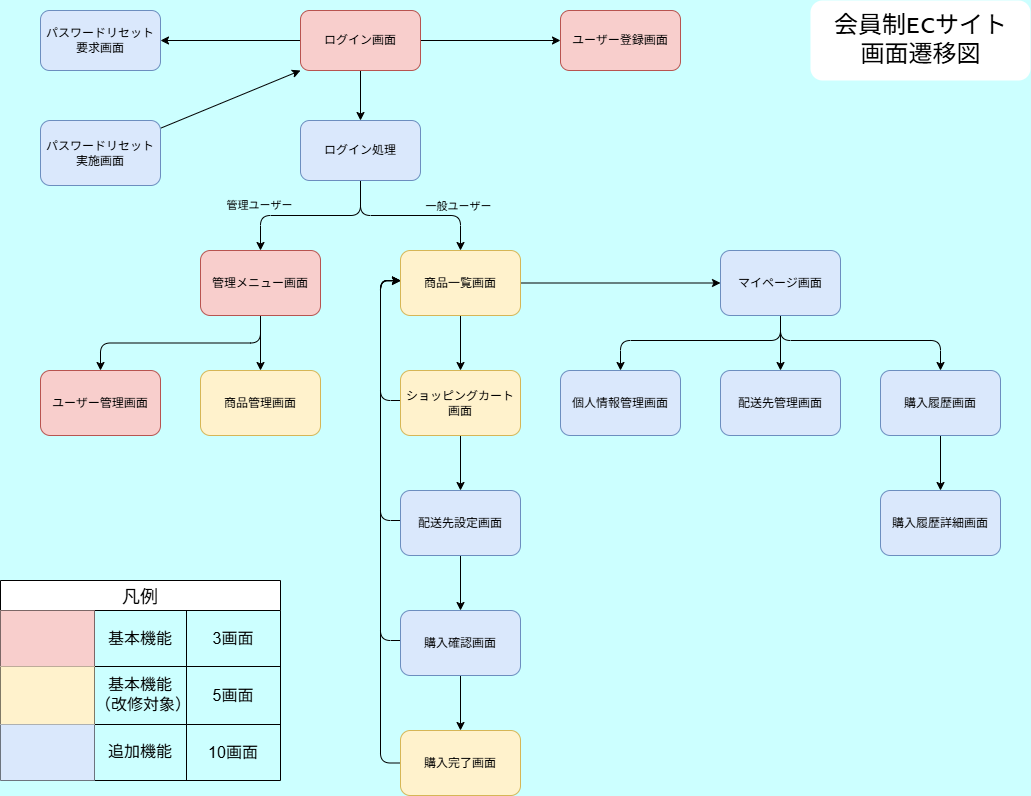
The draw.io diagram documents/画面遷移図.drawio.png in Kaz-1976/learning-php-laravel, before a commit. Source tidied: cells renumbered, new cells last; positions are measured from the earlier drawing's top-left corner, leaving out a move shared by most shapes.
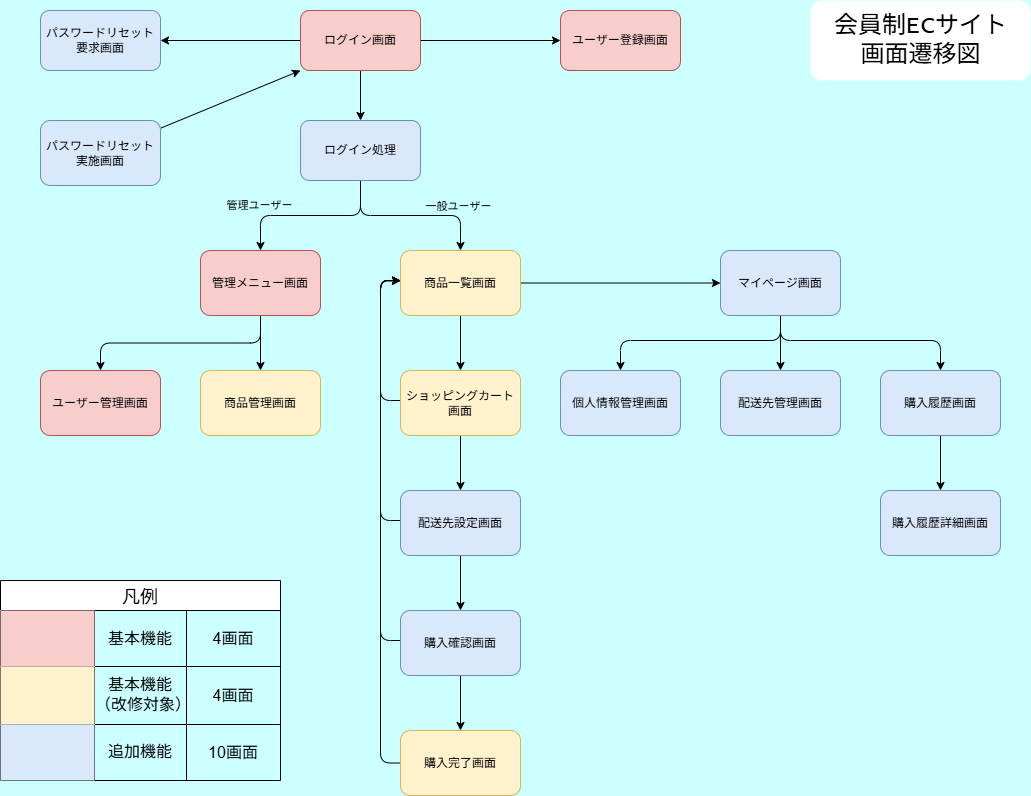
The same file after the commit.

What changed in the source:
```diff
@@ -179,7 +179,7 @@
     <mxCell id="47" value="基本機能" style="shape=partialRectangle;whiteSpace=wrap;strokeColor=inherit;overflow=hidden;fillColor=none;top=0;left=0;bottom=0;right=0;fontSize=16;fontStyle=0;fontColor=default;html=1;spacing=2;" parent="45" vertex="1">
       <mxGeometry x="94" width="92" height="56" as="geometry" />
     </mxCell>
-    <mxCell id="48" value="3画面" style="shape=partialRectangle;html=1;whiteSpace=wrap;strokeColor=inherit;overflow=hidden;fillColor=none;top=0;left=0;bottom=0;right=0;fontSize=16;" parent="45" vertex="1">
+    <mxCell id="48" value="4画面" style="shape=partialRectangle;html=1;whiteSpace=wrap;strokeColor=inherit;overflow=hidden;fillColor=none;top=0;left=0;bottom=0;right=0;fontSize=16;" parent="45" vertex="1">
       <mxGeometry x="186" width="94" height="56" as="geometry" />
     </mxCell>
     <mxCell id="49" style="shape=tableRow;horizontal=0;startSize=0;swimlaneHead=0;swimlaneBody=0;strokeColor=inherit;top=0;left=0;bottom=0;right=0;fillColor=none;fontSize=16;" parent="44" vertex="1">
@@ -191,7 +191,7 @@
     <mxCell id="51" value="基本機能&lt;div&gt;（改修対象）&lt;/div&gt;" style="shape=partialRectangle;html=1;whiteSpace=wrap;strokeColor=inherit;overflow=hidden;fillColor=none;top=0;left=0;bottom=0;right=0;fontSize=16;fontFamily=Lucida Console;" parent="49" vertex="1">
       <mxGeometry x="94" width="92" height="58" as="geometry" />
     </mxCell>
-    <mxCell id="52" value="5画面" style="shape=partialRectangle;html=1;whiteSpace=wrap;strokeColor=inherit;overflow=hidden;fillColor=none;top=0;left=0;bottom=0;right=0;fontSize=16;" parent="49" vertex="1">
+    <mxCell id="52" value="4画面" style="shape=partialRectangle;html=1;whiteSpace=wrap;strokeColor=inherit;overflow=hidden;fillColor=none;top=0;left=0;bottom=0;right=0;fontSize=16;" parent="49" vertex="1">
       <mxGeometry x="186" width="94" height="58" as="geometry" />
     </mxCell>
     <mxCell id="53" style="shape=tableRow;horizontal=0;startSize=0;swimlaneHead=0;swimlaneBody=0;strokeColor=inherit;top=0;left=0;bottom=0;right=0;fillColor=none;fontSize=16;" parent="44" vertex="1">
```
